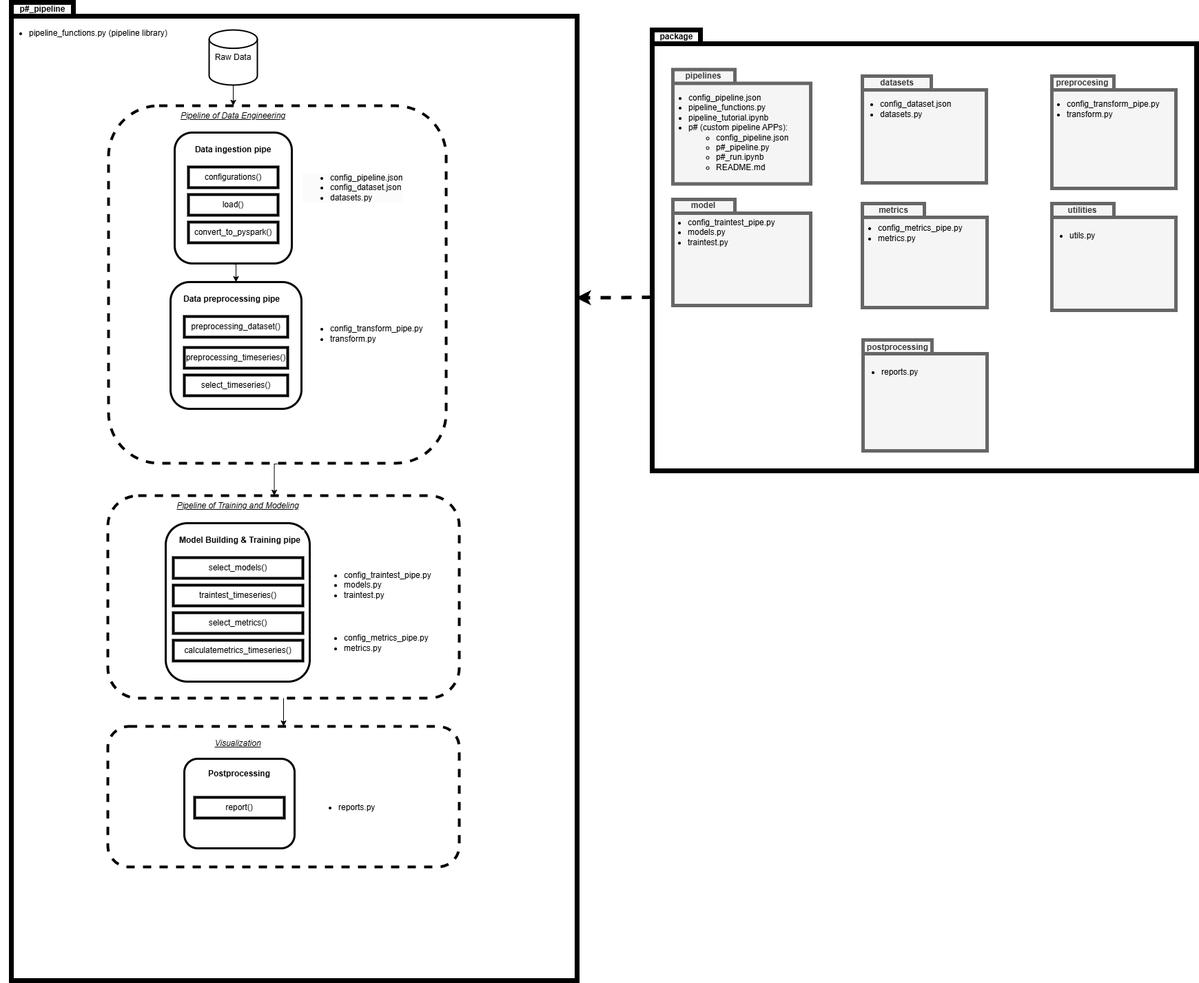
Earlier version of the draw.io export docs/Slide3.PNG (nmc-costa/HIcode). Source tidied: cells renumbered, new cells last; positions are measured from the earlier drawing's top-left corner, leaving out a move shared by most shapes.
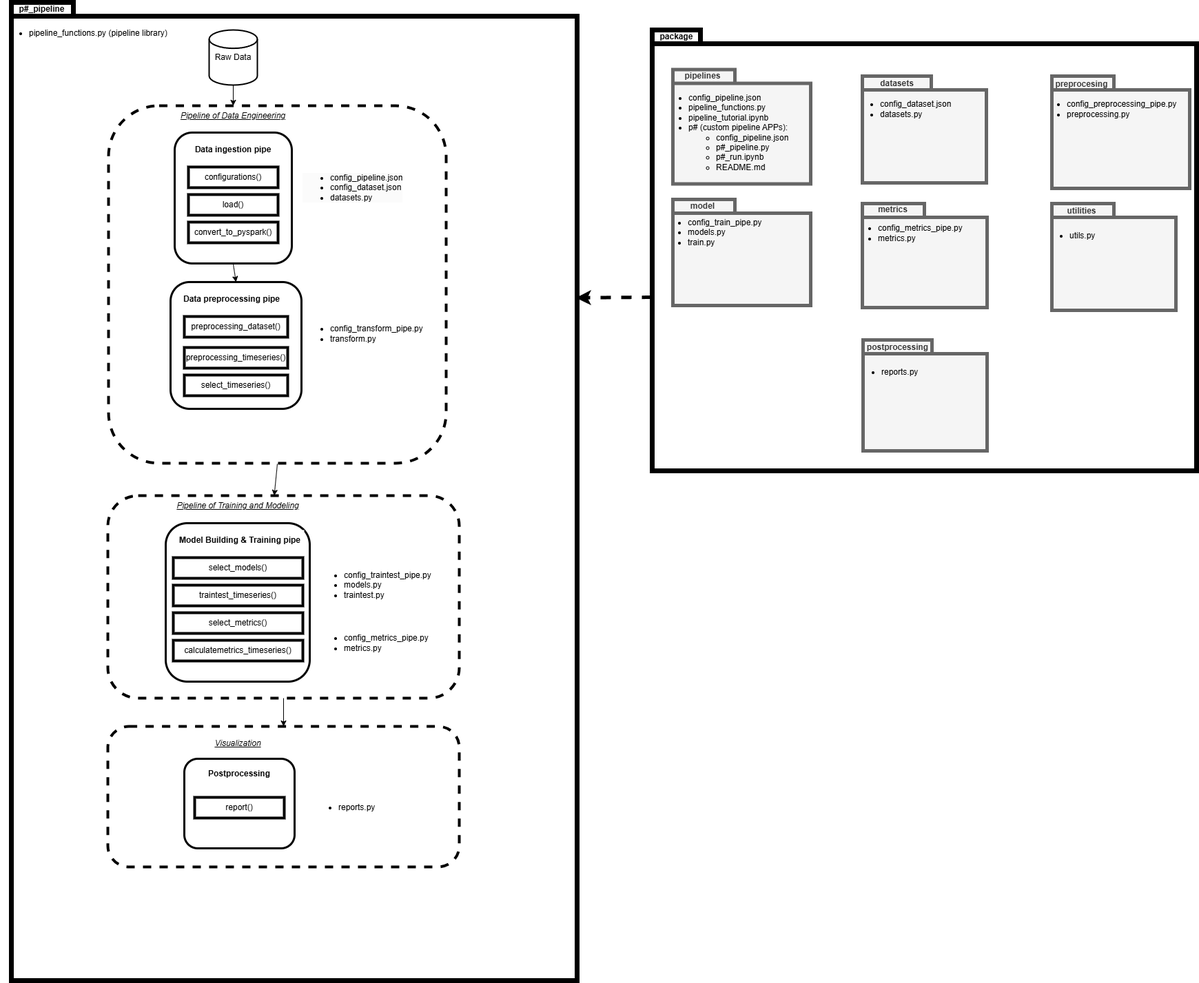
The same file after the commit.

The edit, as a diff of the source:
```diff
@@ -9,10 +9,10 @@
       <mxGeometry x="930" y="40" width="790" height="640" as="geometry" />
     </mxCell>
     <mxCell id="4" value="preprocesing" style="shape=folder;fontStyle=1;tabWidth=90;tabHeight=20;tabPosition=left;html=1;boundedLbl=1;labelInHeader=1;strokeWidth=5;fillColor=#f5f5f5;fontColor=#333333;strokeColor=#666666;" parent="3" vertex="1">
-      <mxGeometry x="580" y="67" width="180" height="163" as="geometry" />
+      <mxGeometry x="580" y="67" width="200" height="163" as="geometry" />
     </mxCell>
-    <mxCell id="5" value="&lt;ul&gt;&lt;li&gt;config_transform_pipe.py&lt;/li&gt;&lt;li&gt;transform.py&lt;/li&gt;&lt;/ul&gt;" style="text;html=1;align=left;verticalAlign=middle;strokeColor=none;fillColor=none;" parent="4" vertex="1">
-      <mxGeometry x="-20" y="13" width="200" height="70" as="geometry" />
+    <mxCell id="5" value="&lt;ul&gt;&lt;li&gt;config_preprocessing_pipe.py&lt;/li&gt;&lt;li&gt;preprocessing.py&lt;/li&gt;&lt;/ul&gt;" style="text;html=1;align=left;verticalAlign=middle;strokeColor=none;fillColor=none;" parent="4" vertex="1">
+      <mxGeometry x="-20" y="13" width="220" height="70" as="geometry" />
     </mxCell>
     <mxCell id="6" value="postprocessing" style="shape=folder;fontStyle=1;tabWidth=100;tabHeight=20;tabPosition=left;html=1;boundedLbl=1;labelInHeader=1;strokeWidth=5;fillColor=#f5f5f5;fontColor=#333333;strokeColor=#666666;" parent="3" vertex="1">
       <mxGeometry x="306" y="450" width="180" height="161" as="geometry" />
@@ -47,8 +47,8 @@
     <mxCell id="16" value="model" style="shape=folder;fontStyle=1;tabWidth=90;tabHeight=20;tabPosition=left;html=1;boundedLbl=1;labelInHeader=1;strokeWidth=5;fillColor=#f5f5f5;fontColor=#333333;strokeColor=#666666;" parent="3" vertex="1">
       <mxGeometry x="30" y="246" width="200" height="154" as="geometry" />
     </mxCell>
-    <mxCell id="17" value="&lt;ul&gt;&lt;li&gt;config_traintest_pipe.py&lt;/li&gt;&lt;li&gt;models.py&lt;/li&gt;&lt;li&gt;traintest.py&lt;/li&gt;&lt;/ul&gt;" style="text;html=1;align=left;verticalAlign=middle;strokeColor=none;fillColor=none;" parent="16" vertex="1">
-      <mxGeometry x="-20" y="8" width="190" height="80" as="geometry" />
+    <mxCell id="17" value="&lt;ul&gt;&lt;li&gt;config_train_pipe.py&lt;/li&gt;&lt;li&gt;models.py&lt;/li&gt;&lt;li&gt;train.py&lt;/li&gt;&lt;/ul&gt;" style="text;html=1;align=left;verticalAlign=middle;strokeColor=none;fillColor=none;" parent="16" vertex="1">
+      <mxGeometry x="-20" y="8" width="170" height="80" as="geometry" />
     </mxCell>
     <mxCell id="18" value="p#_pipeline" style="shape=folder;fontStyle=1;tabWidth=90;tabHeight=20;tabPosition=left;html=1;boundedLbl=1;labelInHeader=1;strokeWidth=7;" parent="2" vertex="1">
       <mxGeometry width="821" height="1420" as="geometry" />
```
